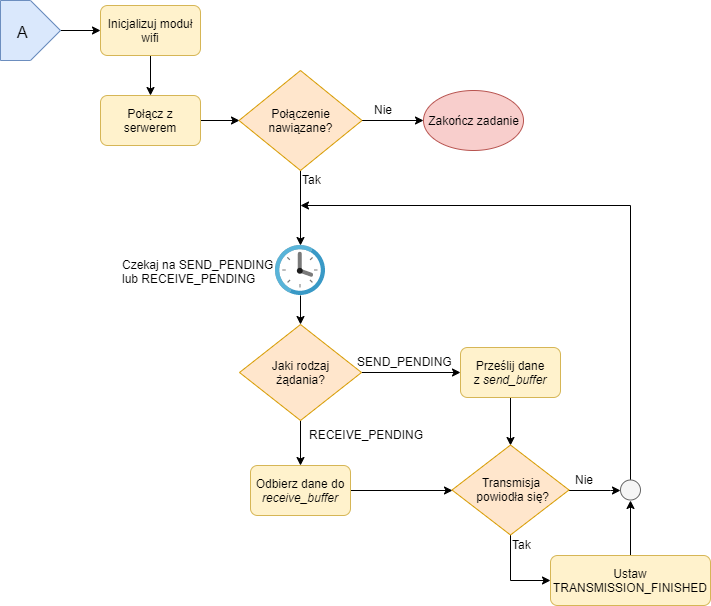
This is docs/chapters/images/flowchart2.png from adapiekarska/centralized-lock-system, a draw.io export, as it was before one commit. Source tidied: cells renumbered, new cells last; positions are measured from the earlier drawing's top-left corner, leaving out a move shared by most shapes. Its diagram source:
```xml
<mxGraphModel>
  <root>
    <mxCell id="0" />
    <mxCell id="1" parent="0" />
    <mxCell id="2" style="edgeStyle=orthogonalEdgeStyle;rounded=0;jettySize=auto;html=1;entryX=0;entryY=0.5;entryDx=0;entryDy=0;" parent="1" edge="1" source="3" target="6">
      <mxGeometry relative="1" as="geometry" />
    </mxCell>
    <mxCell id="3" style="verticalLabelPosition=bottom;verticalAlign=top;html=1;shape=offPageConnector;rounded=0;size=0.5;strokeWidth=1;fillColor=#dae8fc;strokeColor=#6c8ebf;direction=north;" parent="1" vertex="1">
      <mxGeometry width="60" height="60" as="geometry" />
    </mxCell>
    <mxCell id="4" value="&lt;font style=&quot;font-size: 16px&quot;&gt;A&lt;/font&gt;" style="text;html=1;align=left;verticalAlign=top;spacingTop=-4;" parent="1" vertex="1">
      <mxGeometry x="15" y="20" width="30" height="20" as="geometry" />
    </mxCell>
    <mxCell id="5" style="edgeStyle=orthogonalEdgeStyle;rounded=0;jettySize=auto;html=1;entryX=0.5;entryY=0;entryDx=0;entryDy=0;" parent="1" edge="1" source="6" target="8">
      <mxGeometry relative="1" as="geometry" />
    </mxCell>
    <mxCell id="6" value="Inicjalizuj moduł wifi" style="rounded=1;whiteSpace=wrap;html=1;absoluteArcSize=1;arcSize=14;strokeWidth=1;fillColor=#fff2cc;strokeColor=#d6b656;" parent="1" vertex="1">
      <mxGeometry x="100" y="5" width="100" height="50" as="geometry" />
    </mxCell>
    <mxCell id="7" style="edgeStyle=orthogonalEdgeStyle;rounded=0;jettySize=auto;html=1;entryX=0;entryY=0.5;entryDx=0;entryDy=0;entryPerimeter=0;" parent="1" edge="1" source="8" target="11">
      <mxGeometry relative="1" as="geometry" />
    </mxCell>
    <mxCell id="8" value="Połącz z serwerem" style="rounded=1;whiteSpace=wrap;html=1;absoluteArcSize=1;arcSize=14;strokeWidth=1;fillColor=#fff2cc;strokeColor=#d6b656;" parent="1" vertex="1">
      <mxGeometry x="100" y="95" width="100" height="50" as="geometry" />
    </mxCell>
    <mxCell id="9" style="edgeStyle=orthogonalEdgeStyle;rounded=0;jettySize=auto;html=1;entryX=0;entryY=0.5;entryDx=0;entryDy=0;" parent="1" edge="1" source="11">
      <mxGeometry relative="1" as="geometry">
        <mxPoint x="423" y="120" as="targetPoint" />
      </mxGeometry>
    </mxCell>
    <mxCell id="10" style="rounded=0;jettySize=auto;html=1;" parent="1" edge="1" source="11" target="16">
      <mxGeometry relative="1" as="geometry" />
    </mxCell>
    <mxCell id="11" value="Połączenie nawiązane?" style="strokeWidth=1;html=1;shape=mxgraph.flowchart.decision;whiteSpace=wrap;fillColor=#ffe6cc;strokeColor=#d79b00;" parent="1" vertex="1">
      <mxGeometry x="238.5" y="70" width="123" height="100" as="geometry" />
    </mxCell>
    <mxCell id="12" value="Nie" style="text;html=1;align=left;verticalAlign=top;spacingTop=-4;" parent="1" vertex="1">
      <mxGeometry x="371.5" y="100" width="30" height="20" as="geometry" />
    </mxCell>
    <mxCell id="13" value="Zakończ zadanie" style="strokeWidth=1;html=1;shape=mxgraph.flowchart.start_1;whiteSpace=wrap;fillColor=#f8cecc;strokeColor=#b85450;" parent="1" vertex="1">
      <mxGeometry x="423" y="90" width="100" height="60" as="geometry" />
    </mxCell>
    <mxCell id="14" value="Tak" style="text;html=1;align=left;verticalAlign=top;spacingTop=-4;" parent="1" vertex="1">
      <mxGeometry x="300" y="170" width="30" height="20" as="geometry" />
    </mxCell>
    <mxCell id="15" style="edgeStyle=orthogonalEdgeStyle;rounded=0;jettySize=auto;html=1;entryX=0.5;entryY=0;entryDx=0;entryDy=0;entryPerimeter=0;" parent="1" edge="1" source="16" target="20">
      <mxGeometry relative="1" as="geometry" />
    </mxCell>
    <mxCell id="16" style="html=1;points=[];align=center;image;fontSize=12;image=img/lib/mscae/Clock.svg;strokeWidth=1;" parent="1" vertex="1">
      <mxGeometry x="275" y="245" width="50" height="50" as="geometry" />
    </mxCell>
    <mxCell id="17" value="Czekaj na SEND_PENDING&lt;br&gt;lub RECEIVE_PENDING" style="text;html=1;align=left;verticalAlign=top;spacingTop=-4;" parent="1" vertex="1">
      <mxGeometry x="120" y="255" width="170" height="30" as="geometry" />
    </mxCell>
    <mxCell id="18" style="edgeStyle=orthogonalEdgeStyle;rounded=0;jettySize=auto;html=1;" parent="1" edge="1" source="20" target="23">
      <mxGeometry relative="1" as="geometry" />
    </mxCell>
    <mxCell id="19" style="edgeStyle=orthogonalEdgeStyle;rounded=0;jettySize=auto;html=1;entryX=0.5;entryY=0;entryDx=0;entryDy=0;" parent="1" edge="1" source="20" target="26">
      <mxGeometry relative="1" as="geometry" />
    </mxCell>
    <mxCell id="20" value="Jaki rodzaj&lt;br&gt;żądania?" style="strokeWidth=1;html=1;shape=mxgraph.flowchart.decision;whiteSpace=wrap;fillColor=#ffe6cc;strokeColor=#d79b00;" parent="1" vertex="1">
      <mxGeometry x="239" y="324" width="122" height="96" as="geometry" />
    </mxCell>
    <mxCell id="21" value="SEND_PENDING" style="text;html=1;align=left;verticalAlign=top;spacingTop=-4;" parent="1" vertex="1">
      <mxGeometry x="355" y="352" width="110" height="20" as="geometry" />
    </mxCell>
    <mxCell id="22" style="edgeStyle=orthogonalEdgeStyle;rounded=0;jettySize=auto;html=1;entryX=0.5;entryY=0;entryDx=0;entryDy=0;entryPerimeter=0;" parent="1" edge="1" source="23" target="29">
      <mxGeometry relative="1" as="geometry" />
    </mxCell>
    <mxCell id="23" value="Prześlij dane z&amp;nbsp;&lt;i&gt;send_buffer&lt;/i&gt;" style="rounded=1;whiteSpace=wrap;html=1;absoluteArcSize=1;arcSize=14;strokeWidth=1;fillColor=#fff2cc;strokeColor=#d6b656;" parent="1" vertex="1">
      <mxGeometry x="460" y="347" width="100" height="50" as="geometry" />
    </mxCell>
    <mxCell id="24" value="RECEIVE_PENDING" style="text;html=1;align=left;verticalAlign=top;spacingTop=-4;" parent="1" vertex="1">
      <mxGeometry x="306.5" y="424.5" width="130" height="20" as="geometry" />
    </mxCell>
    <mxCell id="25" style="edgeStyle=orthogonalEdgeStyle;rounded=0;jettySize=auto;html=1;entryX=0;entryY=0.5;entryDx=0;entryDy=0;entryPerimeter=0;" parent="1" edge="1" source="26" target="29">
      <mxGeometry relative="1" as="geometry" />
    </mxCell>
    <mxCell id="26" value="Odbierz dane do &lt;i&gt;receive_buffer&lt;/i&gt;" style="rounded=1;whiteSpace=wrap;html=1;absoluteArcSize=1;arcSize=14;strokeWidth=1;fillColor=#fff2cc;strokeColor=#d6b656;" parent="1" vertex="1">
      <mxGeometry x="250" y="465" width="100" height="50" as="geometry" />
    </mxCell>
    <mxCell id="27" style="edgeStyle=orthogonalEdgeStyle;rounded=0;jettySize=auto;html=1;entryX=0;entryY=0.5;entryDx=0;entryDy=0;" parent="1" edge="1" source="29" target="32">
      <mxGeometry relative="1" as="geometry" />
    </mxCell>
    <mxCell id="28" style="edgeStyle=orthogonalEdgeStyle;rounded=0;jettySize=auto;html=1;entryX=0;entryY=0.5;entryDx=0;entryDy=0;entryPerimeter=0;" parent="1" edge="1" source="29" target="35">
      <mxGeometry relative="1" as="geometry">
        <Array as="points">
          <mxPoint x="610" y="490" />
          <mxPoint x="610" y="490" />
        </Array>
      </mxGeometry>
    </mxCell>
    <mxCell id="29" value="Transmisja&lt;br&gt;&amp;nbsp;powiodła się?" style="strokeWidth=1;html=1;shape=mxgraph.flowchart.decision;whiteSpace=wrap;fillColor=#ffe6cc;strokeColor=#d79b00;" parent="1" vertex="1">
      <mxGeometry x="451.5" y="444.5" width="117" height="90" as="geometry" />
    </mxCell>
    <mxCell id="30" value="Tak" style="text;html=1;align=left;verticalAlign=top;spacingTop=-4;" parent="1" vertex="1">
      <mxGeometry x="510" y="534.5" width="30" height="20" as="geometry" />
    </mxCell>
    <mxCell id="31" style="edgeStyle=orthogonalEdgeStyle;rounded=0;jettySize=auto;html=1;entryX=0.5;entryY=1;entryDx=0;entryDy=0;entryPerimeter=0;exitX=0.5;exitY=0;exitDx=0;exitDy=0;" parent="1" edge="1" source="32" target="35">
      <mxGeometry relative="1" as="geometry" />
    </mxCell>
    <mxCell id="32" value="Ustaw TRANSMISSION_FINISHED" style="rounded=1;whiteSpace=wrap;html=1;absoluteArcSize=1;arcSize=14;strokeWidth=1;fillColor=#fff2cc;strokeColor=#d6b656;" parent="1" vertex="1">
      <mxGeometry x="550" y="555" width="160" height="50" as="geometry" />
    </mxCell>
    <mxCell id="33" value="Nie" style="text;html=1;align=left;verticalAlign=top;spacingTop=-4;" parent="1" vertex="1">
      <mxGeometry x="573" y="470" width="30" height="20" as="geometry" />
    </mxCell>
    <mxCell id="34" style="edgeStyle=orthogonalEdgeStyle;rounded=0;jettySize=auto;html=1;" parent="1" edge="1" source="35">
      <mxGeometry relative="1" as="geometry">
        <mxPoint x="300" y="205" as="targetPoint" />
        <Array as="points">
          <mxPoint x="630" y="205" />
        </Array>
      </mxGeometry>
    </mxCell>
    <mxCell id="35" style="verticalLabelPosition=bottom;verticalAlign=top;html=1;shape=mxgraph.flowchart.on-page_reference;fillColor=#f5f5f5;strokeColor=#666666;fontColor=#333333;" parent="1" vertex="1">
      <mxGeometry x="620" y="479.5" width="20" height="20" as="geometry" />
    </mxCell>
  </root>
</mxGraphModel>
```
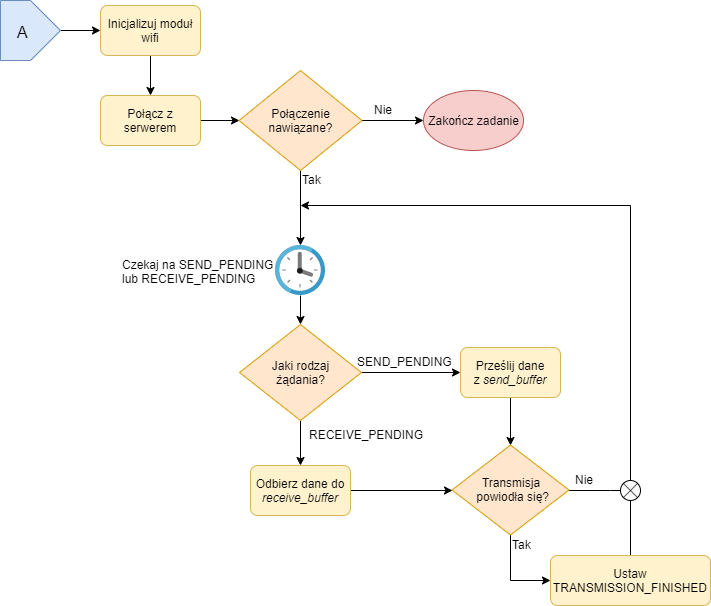
Above is the later version.

Change to the diagram source:
```diff
@@ -82,8 +82,9 @@
     <mxCell id="27" style="edgeStyle=orthogonalEdgeStyle;rounded=0;jettySize=auto;html=1;entryX=0;entryY=0.5;entryDx=0;entryDy=0;" parent="1" edge="1" source="29" target="32">
       <mxGeometry relative="1" as="geometry" />
     </mxCell>
-    <mxCell id="28" style="edgeStyle=orthogonalEdgeStyle;rounded=0;jettySize=auto;html=1;entryX=0;entryY=0.5;entryDx=0;entryDy=0;entryPerimeter=0;" parent="1" edge="1" source="29" target="35">
+    <mxCell id="28" style="edgeStyle=orthogonalEdgeStyle;rounded=0;jettySize=auto;html=1;entryX=0;entryY=0.5;entryDx=0;entryDy=0;entryPerimeter=0;endArrow=none;endFill=0;" parent="1" edge="1" source="29">
       <mxGeometry relative="1" as="geometry">
+        <mxPoint x="620" y="490" as="targetPoint" />
         <Array as="points">
           <mxPoint x="610" y="490" />
           <mxPoint x="610" y="490" />
@@ -96,8 +97,10 @@
     <mxCell id="30" value="Tak" style="text;html=1;align=left;verticalAlign=top;spacingTop=-4;" parent="1" vertex="1">
       <mxGeometry x="510" y="534.5" width="30" height="20" as="geometry" />
     </mxCell>
-    <mxCell id="31" style="edgeStyle=orthogonalEdgeStyle;rounded=0;jettySize=auto;html=1;entryX=0.5;entryY=1;entryDx=0;entryDy=0;entryPerimeter=0;exitX=0.5;exitY=0;exitDx=0;exitDy=0;" parent="1" edge="1" source="32" target="35">
-      <mxGeometry relative="1" as="geometry" />
+    <mxCell id="31" style="edgeStyle=orthogonalEdgeStyle;rounded=0;jettySize=auto;html=1;entryX=0.5;entryY=1;entryDx=0;entryDy=0;entryPerimeter=0;exitX=0.5;exitY=0;exitDx=0;exitDy=0;endArrow=none;endFill=0;" parent="1" edge="1" source="32">
+      <mxGeometry relative="1" as="geometry">
+        <mxPoint x="630" y="500" as="targetPoint" />
+      </mxGeometry>
     </mxCell>
     <mxCell id="32" value="Ustaw TRANSMISSION_FINISHED" style="rounded=1;whiteSpace=wrap;html=1;absoluteArcSize=1;arcSize=14;strokeWidth=1;fillColor=#fff2cc;strokeColor=#d6b656;" parent="1" vertex="1">
       <mxGeometry x="550" y="555" width="160" height="50" as="geometry" />
@@ -105,16 +108,17 @@
     <mxCell id="33" value="Nie" style="text;html=1;align=left;verticalAlign=top;spacingTop=-4;" parent="1" vertex="1">
       <mxGeometry x="573" y="470" width="30" height="20" as="geometry" />
     </mxCell>
-    <mxCell id="34" style="edgeStyle=orthogonalEdgeStyle;rounded=0;jettySize=auto;html=1;" parent="1" edge="1" source="35">
+    <mxCell id="34" style="edgeStyle=orthogonalEdgeStyle;rounded=0;orthogonalLoop=1;jettySize=auto;html=1;" parent="1" edge="1">
       <mxGeometry relative="1" as="geometry">
+        <mxPoint x="630" y="479.5" as="sourcePoint" />
         <mxPoint x="300" y="205" as="targetPoint" />
         <Array as="points">
           <mxPoint x="630" y="205" />
         </Array>
       </mxGeometry>
     </mxCell>
-    <mxCell id="35" style="verticalLabelPosition=bottom;verticalAlign=top;html=1;shape=mxgraph.flowchart.on-page_reference;fillColor=#f5f5f5;strokeColor=#666666;fontColor=#333333;" parent="1" vertex="1">
-      <mxGeometry x="620" y="479.5" width="20" height="20" as="geometry" />
-    </mxCell>
+    <mxCell id="36" style="verticalLabelPosition=bottom;verticalAlign=top;html=1;shape=mxgraph.flowchart.or;" parent="1" vertex="1">
+      <mxGeometry x="620" y="480" width="20" height="20" as="geometry" />
+    </mxCell>
   </root>
 </mxGraphModel>
```
